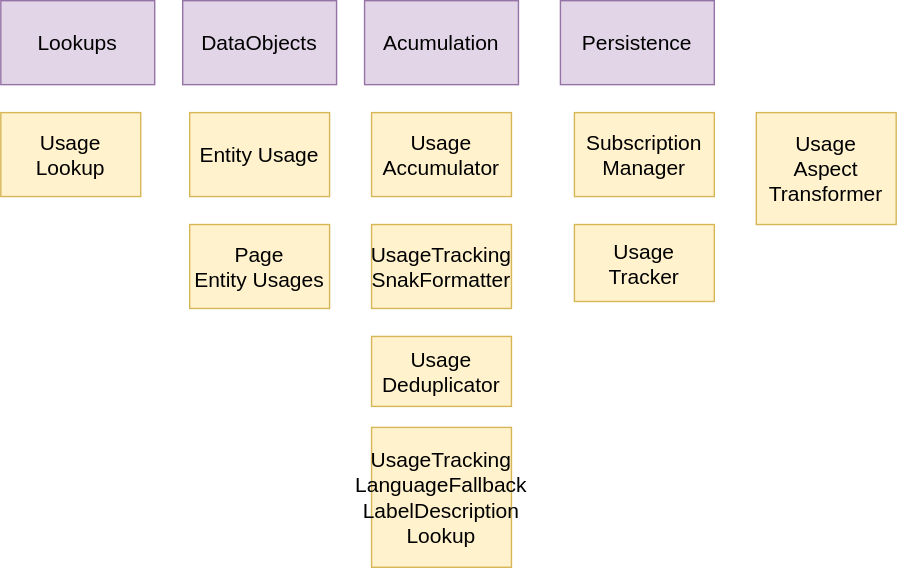
Above: systems/WikibaseClient/diagrams/05-entitychangenotifications-usage.drawio.svg in wmde/wikidata-wikibase-architecture (draw.io), before the change. Source tidied: cells renumbered, new cells last; positions are measured from the earlier drawing's top-left corner, leaving out a move shared by most shapes. The source it was exported from:
```xml
<mxGraphModel>
  <root>
    <mxCell id="0" />
    <mxCell id="1" parent="0" />
    <mxCell id="2" value="&lt;div&gt;Subscription&lt;/div&gt;&lt;div&gt;Manager&amp;nbsp;&lt;br&gt;&lt;/div&gt;" style="whiteSpace=wrap;html=1;fillColor=#fff2cc;strokeColor=#d6b656;fontSize=15;fontStyle=0;" parent="1" vertex="1">
      <mxGeometry x="410" y="80" width="100" height="60" as="geometry" />
    </mxCell>
    <mxCell id="3" value="Usage&lt;br&gt;Lookup" style="whiteSpace=wrap;html=1;fillColor=#fff2cc;strokeColor=#d6b656;fontSize=15;fontStyle=0;" parent="1" vertex="1">
      <mxGeometry y="80" width="100" height="60" as="geometry" />
    </mxCell>
    <mxCell id="4" value="&lt;div&gt;Entity&lt;span&gt;Usage&lt;/span&gt;&lt;/div&gt;" style="whiteSpace=wrap;html=1;fillColor=#fff2cc;strokeColor=#d6b656;fontSize=15;fontStyle=0;" parent="1" vertex="1">
      <mxGeometry x="135" y="80" width="100" height="60" as="geometry" />
    </mxCell>
    <mxCell id="5" value="Usage&lt;br&gt;Accumulator" style="whiteSpace=wrap;html=1;fillColor=#fff2cc;strokeColor=#d6b656;fontSize=15;fontStyle=0;" parent="1" vertex="1">
      <mxGeometry x="265" y="80" width="100" height="60" as="geometry" />
    </mxCell>
    <mxCell id="6" value="Usage&lt;br&gt;Tracker" style="whiteSpace=wrap;html=1;fillColor=#fff2cc;strokeColor=#d6b656;fontSize=15;fontStyle=0;" parent="1" vertex="1">
      <mxGeometry x="410" y="160" width="100" height="55" as="geometry" />
    </mxCell>
    <mxCell id="7" value="&lt;div&gt;Page&lt;/div&gt;&lt;div&gt;Entity&lt;span&gt;Usages&lt;/span&gt;&lt;/div&gt;" style="whiteSpace=wrap;html=1;fillColor=#fff2cc;strokeColor=#d6b656;fontSize=15;fontStyle=0;" parent="1" vertex="1">
      <mxGeometry x="135" y="160" width="100" height="60" as="geometry" />
    </mxCell>
    <mxCell id="8" value="Usage&lt;br&gt;Deduplicator" style="whiteSpace=wrap;html=1;fillColor=#fff2cc;strokeColor=#d6b656;fontSize=15;fontStyle=0;" parent="1" vertex="1">
      <mxGeometry x="265" y="240" width="100" height="50" as="geometry" />
    </mxCell>
    <mxCell id="9" value="Usage&lt;br&gt;Aspect&lt;br&gt;Transformer" style="whiteSpace=wrap;html=1;fillColor=#fff2cc;strokeColor=#d6b656;fontSize=15;fontStyle=0;" parent="1" vertex="1">
      <mxGeometry x="540" y="80" width="100" height="80" as="geometry" />
    </mxCell>
    <mxCell id="10" value="UsageTracking&lt;br&gt;LanguageFallback&lt;br&gt;LabelDescription&lt;br&gt;Lookup" style="whiteSpace=wrap;html=1;fillColor=#fff2cc;strokeColor=#d6b656;fontSize=15;fontStyle=0;" parent="1" vertex="1">
      <mxGeometry x="265" y="305" width="100" height="100" as="geometry" />
    </mxCell>
    <mxCell id="11" value="UsageTracking&lt;br&gt;SnakFormatter" style="whiteSpace=wrap;html=1;fillColor=#fff2cc;strokeColor=#d6b656;fontSize=15;fontStyle=0;" parent="1" vertex="1">
      <mxGeometry x="265" y="160" width="100" height="60" as="geometry" />
    </mxCell>
    <mxCell id="12" value="DataObjects" style="whiteSpace=wrap;html=1;fillColor=#e1d5e7;strokeColor=#9673a6;fontSize=15;fontStyle=0;" parent="1" vertex="1">
      <mxGeometry x="130" width="110" height="60" as="geometry" />
    </mxCell>
    <mxCell id="13" value="Persistence" style="whiteSpace=wrap;html=1;fillColor=#e1d5e7;strokeColor=#9673a6;fontSize=15;fontStyle=0;" parent="1" vertex="1">
      <mxGeometry x="400" width="110" height="60" as="geometry" />
    </mxCell>
    <mxCell id="14" value="Acumulation" style="whiteSpace=wrap;html=1;fillColor=#e1d5e7;strokeColor=#9673a6;fontSize=15;fontStyle=0;" parent="1" vertex="1">
      <mxGeometry x="260" width="110" height="60" as="geometry" />
    </mxCell>
    <mxCell id="15" value="Lookups" style="whiteSpace=wrap;html=1;fillColor=#e1d5e7;strokeColor=#9673a6;fontSize=15;fontStyle=0;" parent="1" vertex="1">
      <mxGeometry width="110" height="60" as="geometry" />
    </mxCell>
  </root>
</mxGraphModel>
```
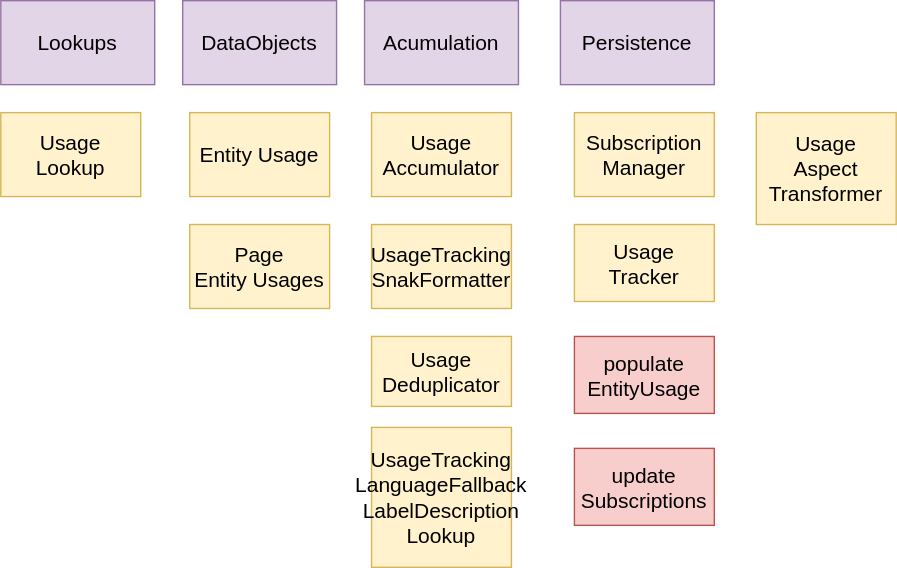
After the commit.

Commit message:
Add maint scripts to Entity Change Notifications

This adds two maintenance scripts to the "Usage" subsection of the
building blocks view for Entity Change Notifications.

Bug: T272971

Diff of the diagram source:
```diff
@@ -44,5 +44,11 @@
     <mxCell id="15" value="Lookups" style="whiteSpace=wrap;html=1;fillColor=#e1d5e7;strokeColor=#9673a6;fontSize=15;fontStyle=0;" parent="1" vertex="1">
       <mxGeometry width="110" height="60" as="geometry" />
     </mxCell>
+    <mxCell id="16" value="populate&#10;EntityUsage" style="fillColor=#f8cecc;strokeColor=#b85450;fontSize=15;fontStyle=0;" parent="1" vertex="1">
+      <mxGeometry x="410" y="240" width="100" height="55" as="geometry" />
+    </mxCell>
+    <mxCell id="17" value="update&#10;Subscriptions" style="fillColor=#f8cecc;strokeColor=#b85450;fontSize=15;fontStyle=0;align=center;" parent="1" vertex="1">
+      <mxGeometry x="410" y="320" width="100" height="55" as="geometry" />
+    </mxCell>
   </root>
 </mxGraphModel>
```
